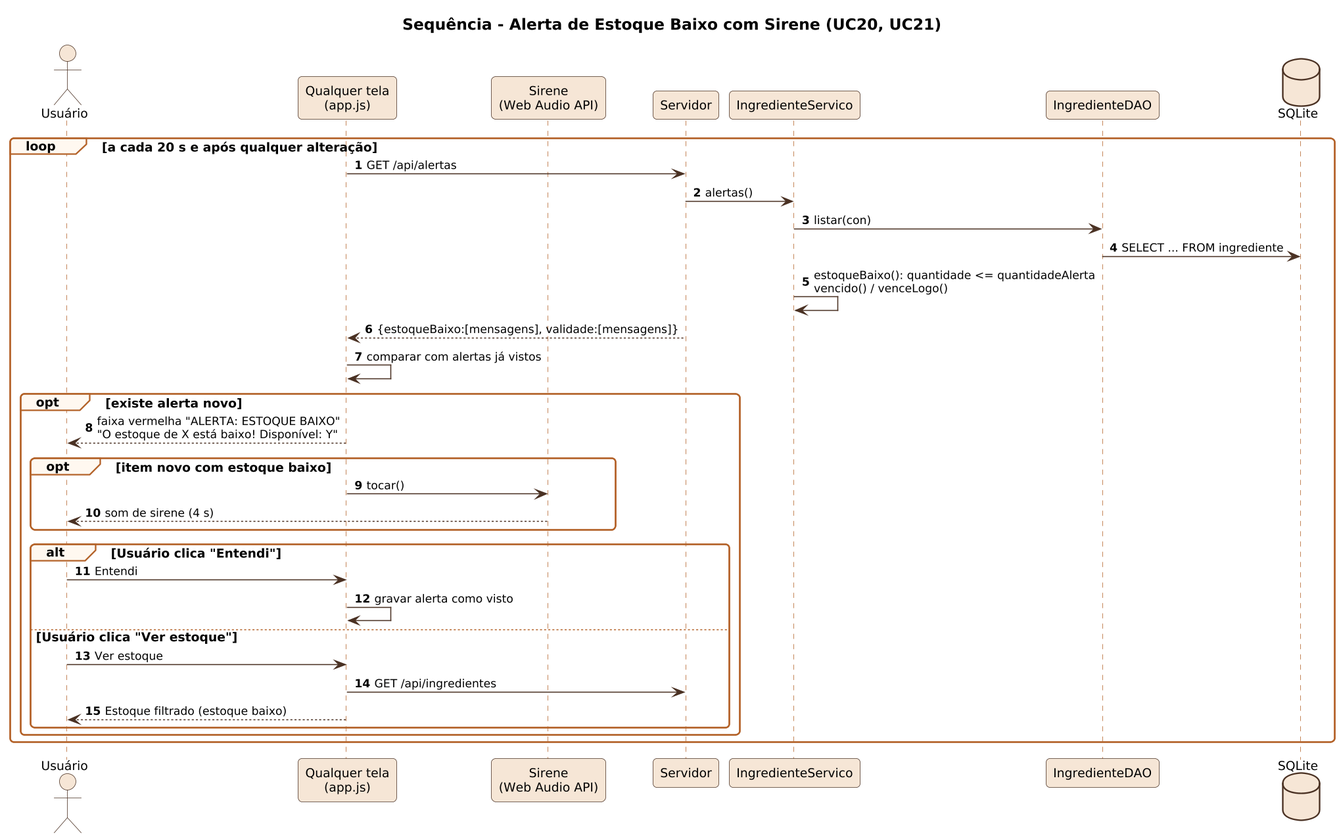
Before: docs/diagramas/png/S14_seq_alertas.png, a diagram exported from PlantUML (Hallff/ConfeitaSys).
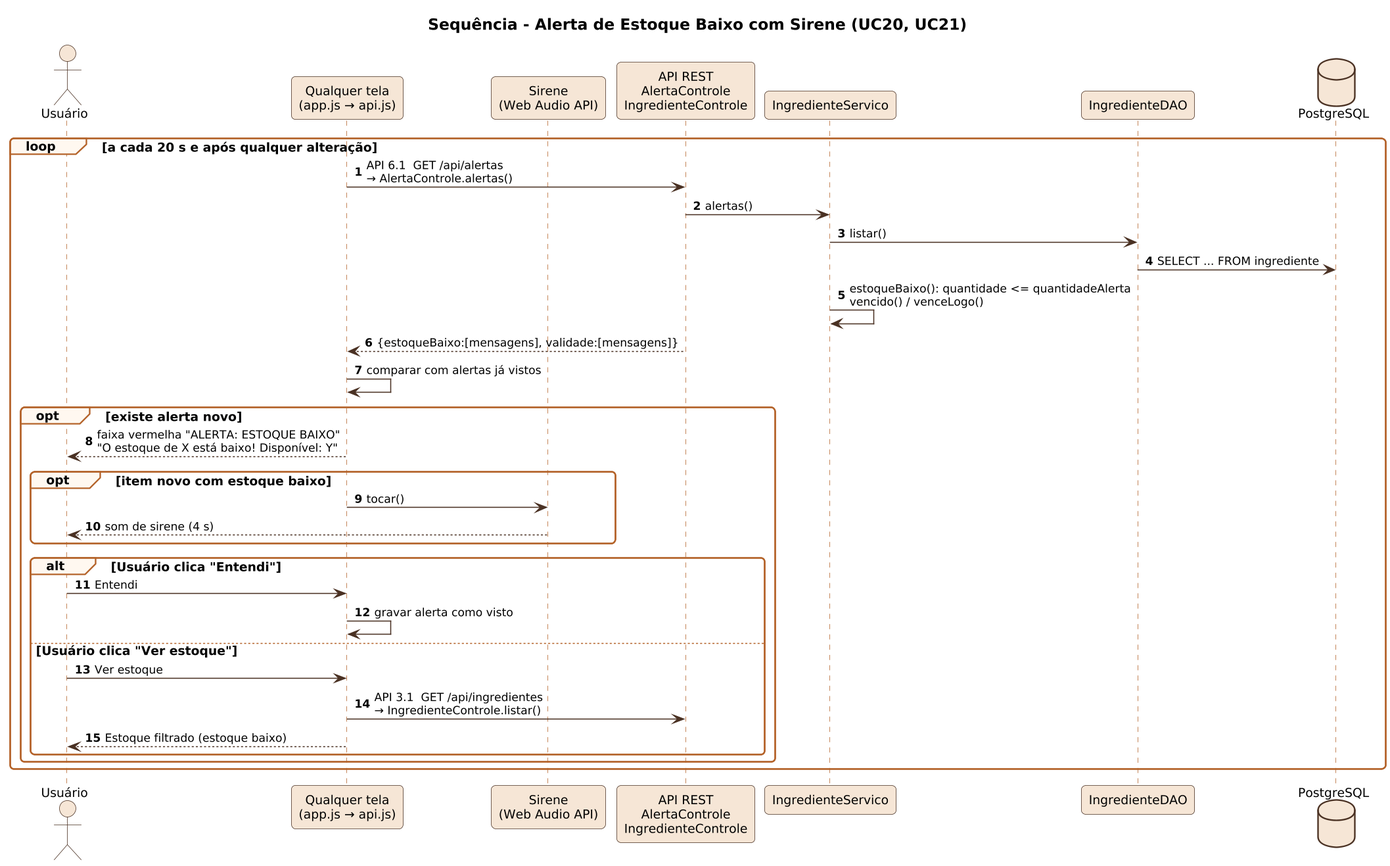
Later version of the same file.

The edit, as a diff of the source:
```diff
@@ -2,16 +2,16 @@
 !include _seq.iuml
 title Sequência - Alerta de Estoque Baixo com Sirene (UC20, UC21)
 actor Usuário as U
-participant "Qualquer tela\n(app.js)" as T
+participant "Qualquer tela\n(app.js → api.js)" as T
 participant "Sirene\n(Web Audio API)" as SI
-participant Servidor as S
+participant "API REST\nAlertaControle\nIngredienteControle" as S
 participant IngredienteServico as IS
 participant IngredienteDAO as D
-database SQLite as DB
+database "PostgreSQL" as DB
 loop a cada 20 s e após qualquer alteração
-  T -> S : GET /api/alertas
+  T -> S : API 6.1  GET /api/alertas\n→ AlertaControle.alertas()
   S -> IS : alertas()
-  IS -> D : listar(con)
+  IS -> D : listar()
   D -> DB : SELECT ... FROM ingrediente
   IS -> IS : estoqueBaixo(): quantidade <= quantidadeAlerta\nvencido() / venceLogo()
   S --> T : {estoqueBaixo:[mensagens], validade:[mensagens]}
@@ -27,7 +27,7 @@
       T -> T : gravar alerta como visto
     else Usuário clica "Ver estoque"
       U -> T : Ver estoque
-      T -> S : GET /api/ingredientes
+      T -> S : API 3.1  GET /api/ingredientes\n→ IngredienteControle.listar()
       T --> U : Estoque filtrado (estoque baixo)
     end
   end
```
